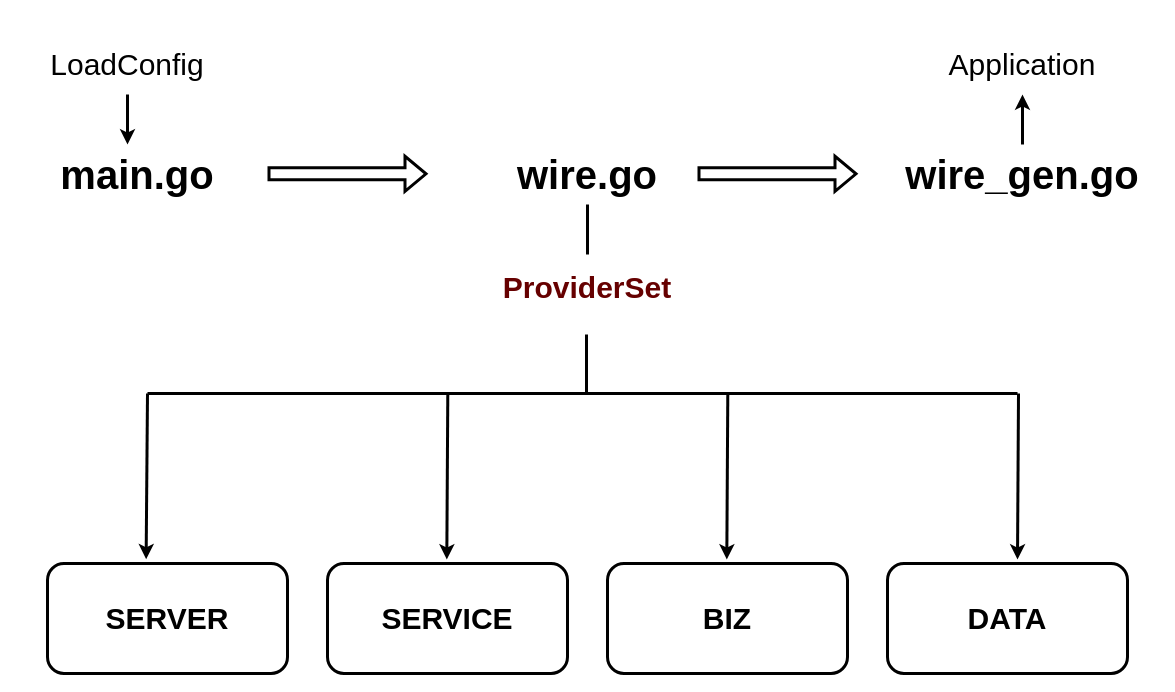
devexps/devexps.github.io keeps this draw.io diagram as draw/wire.drawio. Above is the earlier version. Source tidied: cells renumbered, new cells numbered last; positions are measured from the earlier drawing's top-left corner, leaving out a move shared by most shapes. Both pictures are drawn from the tidied source at 100%, with x=0, y=0 at pixel (17, 24).
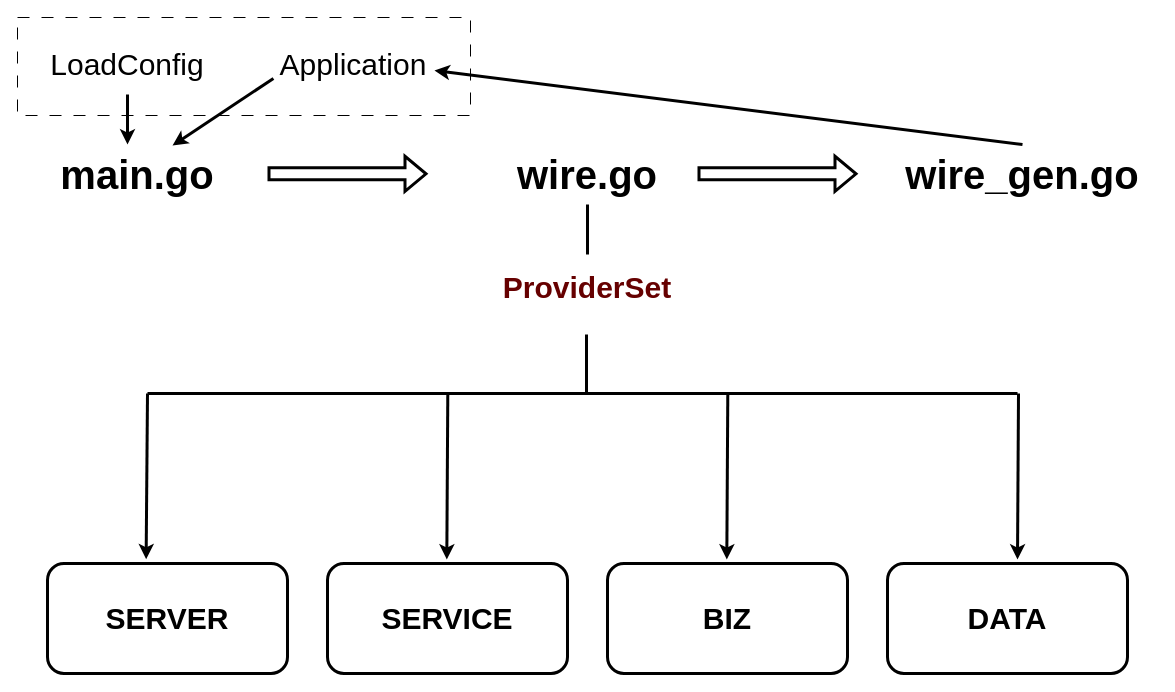
Above is the later version.

The edit, as a diff of the source:
```diff
@@
+    <mxCell id="23" style="rounded=0;whiteSpace=wrap;html=1;dashed=1;dashPattern=12 12;" parent="1" vertex="1">
+      <mxGeometry y="-7" width="453" height="98" as="geometry" />
+    </mxCell>
@@
     <mxCell id="21" value="Application" style="text;html=1;strokeColor=none;fillColor=none;align=center;verticalAlign=middle;whiteSpace=wrap;rounded=0;fontSize=30;" parent="1" vertex="1">
-      <mxGeometry x="895" width="220" height="80" as="geometry" />
+      <mxGeometry x="226" width="220" height="80" as="geometry" />
     </mxCell>
-    <mxCell id="22" style="endArrow=none;html=1;rounded=0;strokeWidth=3;startArrow=classic;startFill=1;endFill=0;" parent="1" edge="1">
+    <mxCell id="22" style="endArrow=none;html=1;rounded=0;strokeWidth=3;startArrow=classic;startFill=1;endFill=0;exitX=0.868;exitY=0.575;exitDx=0;exitDy=0;exitPerimeter=0;" parent="1" edge="1" source="21">
       <mxGeometry relative="1" as="geometry">
-        <mxPoint x="1005" y="70" as="sourcePoint" />
         <mxPoint x="1005" y="120" as="targetPoint" />
-        <Array as="points">
-          <mxPoint x="1005" y="100" />
-        </Array>
       </mxGeometry>
     </mxCell>
+    <mxCell id="24" style="endArrow=classic;html=1;rounded=0;strokeWidth=3;startArrow=none;startFill=0;endFill=1;exitX=0.136;exitY=0.675;exitDx=0;exitDy=0;exitPerimeter=0;" parent="1" edge="1" source="21">
+      <mxGeometry relative="1" as="geometry">
+        <mxPoint x="155" y="121" as="targetPoint" />
+      </mxGeometry>
+    </mxCell>
```
